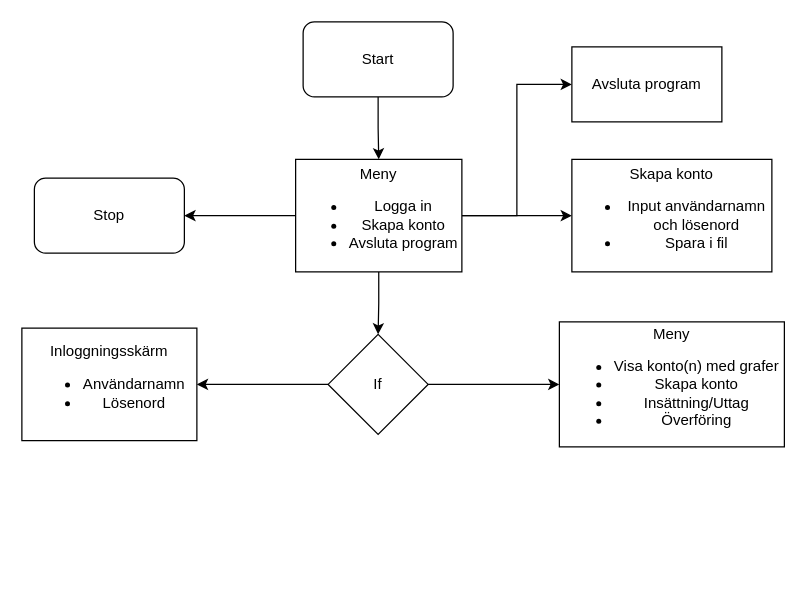
This is flowchart.drawio from BreadPrince/Internetbanken, a draw.io file, before an edit. Source tidied: cells renumbered, new cells numbered last; positions are measured from the earlier drawing's top-left corner, leaving out a move shared by most shapes. Both pictures are drawn from the tidied source at 125%, with x=0, y=0 at pixel (21, 21).
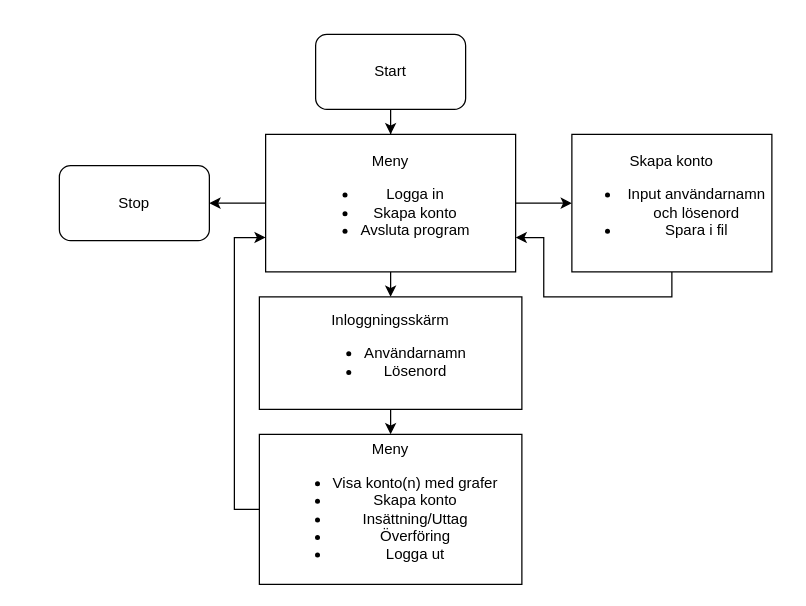
The same page after the edit.

Commit message:
Uppdaterad flowchart

Diff of the diagram source:
```diff
@@
 <mxGraphModel>
   <root>
     <mxCell id="0" />
     <mxCell id="1" parent="0" />
     <mxCell id="2" style="edgeStyle=orthogonalEdgeStyle;rounded=0;jettySize=auto;html=1;" parent="1" edge="1" source="3" target="9">
       <mxGeometry relative="1" as="geometry" />
     </mxCell>
     <mxCell id="3" value="Start" style="rounded=1;whiteSpace=wrap;html=1;" parent="1" vertex="1">
-      <mxGeometry x="225" width="120" height="60" as="geometry" />
+      <mxGeometry x="235" y="10" width="120" height="60" as="geometry" />
     </mxCell>
     <mxCell id="4" value="Stop" style="rounded=1;whiteSpace=wrap;html=1;" parent="1" vertex="1">
-      <mxGeometry x="10" y="125" width="120" height="60" as="geometry" />
+      <mxGeometry x="30" y="115" width="120" height="60" as="geometry" />
     </mxCell>
-    <mxCell id="5" style="edgeStyle=orthogonalEdgeStyle;rounded=0;jettySize=auto;html=1;entryX=0.5;entryY=0;entryDx=0;entryDy=0;" parent="1" edge="1" source="9" target="15">
-      <mxGeometry relative="1" as="geometry" />
-    </mxCell>
     <mxCell id="6" style="edgeStyle=orthogonalEdgeStyle;rounded=0;jettySize=auto;html=1;" parent="1" edge="1" source="9" target="10">
       <mxGeometry relative="1" as="geometry" />
     </mxCell>
-    <mxCell id="7" style="edgeStyle=orthogonalEdgeStyle;rounded=0;jettySize=auto;html=1;entryX=0;entryY=0.5;entryDx=0;entryDy=0;" parent="1" edge="1" source="9" target="11">
-      <mxGeometry relative="1" as="geometry" />
-    </mxCell>
     <mxCell id="8" style="edgeStyle=orthogonalEdgeStyle;rounded=0;jettySize=auto;html=1;" parent="1" edge="1" source="9" target="4">
       <mxGeometry relative="1" as="geometry" />
     </mxCell>
+    <mxCell id="17" style="edgeStyle=orthogonalEdgeStyle;rounded=0;jettySize=auto;html=1;exitX=0.5;exitY=1;exitDx=0;exitDy=0;entryX=0.5;entryY=0;entryDx=0;entryDy=0;" parent="1" edge="1" source="9" target="12">
+      <mxGeometry relative="1" as="geometry" />
+    </mxCell>
     <mxCell id="9" value="Meny&lt;div&gt;&lt;ul&gt;&lt;li&gt;Logga in&lt;/li&gt;&lt;li&gt;Skapa konto&lt;/li&gt;&lt;li&gt;Avsluta program&lt;/li&gt;&lt;/ul&gt;&lt;/div&gt;" style="rounded=0;whiteSpace=wrap;html=1;" parent="1" vertex="1">
-      <mxGeometry x="219" y="110" width="133" height="90" as="geometry" />
+      <mxGeometry x="195" y="90" width="200" height="110" as="geometry" />
     </mxCell>
+    <mxCell id="18" style="edgeStyle=orthogonalEdgeStyle;rounded=0;jettySize=auto;html=1;exitX=0.5;exitY=1;exitDx=0;exitDy=0;entryX=1;entryY=0.75;entryDx=0;entryDy=0;" parent="1" edge="1" source="10" target="9">
+      <mxGeometry relative="1" as="geometry" />
+    </mxCell>
     <mxCell id="10" value="Skapa konto&lt;div&gt;&lt;ul&gt;&lt;li&gt;Input användarnamn och lösenord&lt;/li&gt;&lt;li&gt;Spara i fil&lt;/li&gt;&lt;/ul&gt;&lt;/div&gt;" style="rounded=0;whiteSpace=wrap;html=1;" parent="1" vertex="1">
-      <mxGeometry x="440" y="110" width="160" height="90" as="geometry" />
+      <mxGeometry x="440" y="90" width="160" height="110" as="geometry" />
     </mxCell>
-    <mxCell id="11" value="Avsluta program" style="rounded=0;whiteSpace=wrap;html=1;" parent="1" vertex="1">
-      <mxGeometry x="440" y="20" width="120" height="60" as="geometry" />
-    </mxCell>
+    <mxCell id="19" style="edgeStyle=orthogonalEdgeStyle;rounded=0;jettySize=auto;html=1;exitX=0.5;exitY=1;exitDx=0;exitDy=0;entryX=0.5;entryY=0;entryDx=0;entryDy=0;" parent="1" edge="1" source="12" target="13">
+      <mxGeometry relative="1" as="geometry" />
+    </mxCell>
     <mxCell id="12" value="Inloggningsskärm&lt;div&gt;&lt;ul&gt;&lt;li&gt;Användarnamn&lt;/li&gt;&lt;li&gt;Lösenord&lt;/li&gt;&lt;/ul&gt;&lt;/div&gt;" style="rounded=0;whiteSpace=wrap;html=1;" parent="1" vertex="1">
-      <mxGeometry y="245" width="140" height="90" as="geometry" />
+      <mxGeometry x="190" y="220" width="210" height="90" as="geometry" />
     </mxCell>
+    <mxCell id="20" style="edgeStyle=orthogonalEdgeStyle;rounded=0;jettySize=auto;html=1;exitX=0;exitY=0.5;exitDx=0;exitDy=0;entryX=0;entryY=0.75;entryDx=0;entryDy=0;" parent="1" edge="1" source="13" target="9">
+      <mxGeometry relative="1" as="geometry" />
+    </mxCell>
-    <mxCell id="13" value="Meny&lt;div&gt;&lt;ul&gt;&lt;li&gt;Visa konto(n) med grafer&lt;/li&gt;&lt;li&gt;Skapa konto&lt;/li&gt;&lt;li&gt;Insättning/Uttag&lt;/li&gt;&lt;li&gt;Överföring&lt;/li&gt;&lt;/ul&gt;&lt;/div&gt;" style="rounded=0;whiteSpace=wrap;html=1;" parent="1" vertex="1">
-      <mxGeometry x="430" y="240" width="180" height="100" as="geometry" />
+    <mxCell id="13" value="Meny&lt;div&gt;&lt;ul&gt;&lt;li&gt;Visa konto(n) med grafer&lt;/li&gt;&lt;li&gt;Skapa konto&lt;/li&gt;&lt;li&gt;Insättning/Uttag&lt;/li&gt;&lt;li&gt;Överföring&lt;/li&gt;&lt;li&gt;Logga ut&lt;/li&gt;&lt;/ul&gt;&lt;/div&gt;" style="rounded=0;whiteSpace=wrap;html=1;" parent="1" vertex="1">
+      <mxGeometry x="190" y="330" width="210" height="120" as="geometry" />
     </mxCell>
-    <mxCell id="14" style="edgeStyle=orthogonalEdgeStyle;rounded=0;jettySize=auto;html=1;" parent="1" edge="1" source="15" target="13">
-      <mxGeometry relative="1" as="geometry" />
-    </mxCell>
-    <mxCell id="15" value="If" style="rhombus;whiteSpace=wrap;html=1;" parent="1" vertex="1">
-      <mxGeometry x="245" y="250" width="80" height="80" as="geometry" />
-    </mxCell>
-    <mxCell id="16" style="edgeStyle=orthogonalEdgeStyle;rounded=0;jettySize=auto;html=1;entryX=1;entryY=0.5;entryDx=0;entryDy=0;" parent="1" edge="1" source="15" target="12">
-      <mxGeometry relative="1" as="geometry" />
-    </mxCell>
   </root>
 </mxGraphModel>
```
